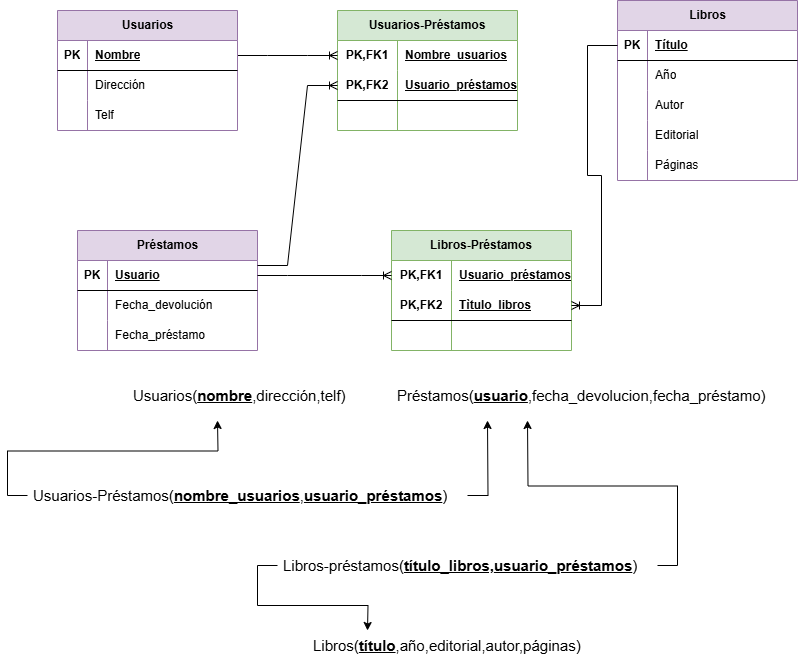
The draw.io diagram diseño/sheet02/ex01/Ex01.drawio.png in Dorianaadc/Bootcamp, before a commit. Source tidied: cells renumbered, new cells last; positions are measured from the earlier drawing's top-left corner, leaving out a move shared by most shapes.
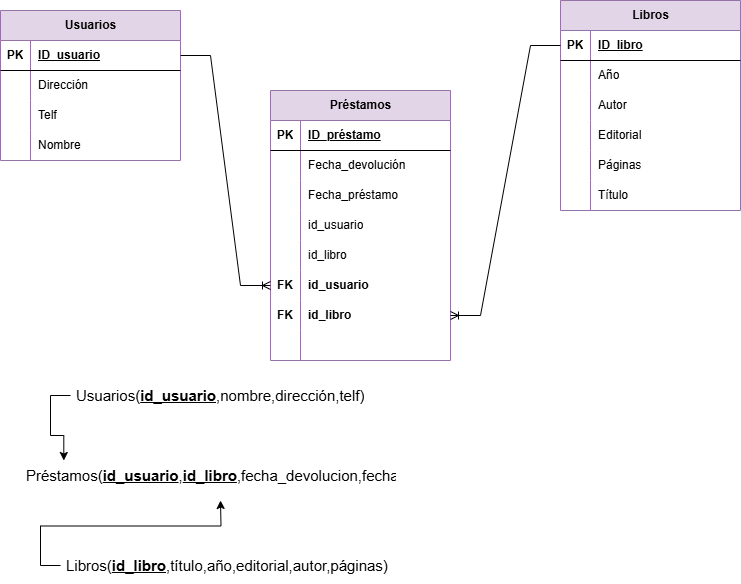
The same file after the commit.

What changed in the source:
```diff
@@ -2,38 +2,8 @@
   <root>
     <mxCell id="0" />
     <mxCell id="1" parent="0" />
-    <mxCell id="2" value="Usuarios-Préstamos" style="shape=table;startSize=30;rowLines=0;fontStyle=1;align=center;html=1;whiteSpace=wrap;fillColor=#d5e8d4;strokeColor=#82b366;" parent="1" vertex="1">
-      <mxGeometry x="310" y="10" width="180" height="120" as="geometry" />
-    </mxCell>
-    <mxCell id="3" style="shape=tableRow;horizontal=0;startSize=0;swimlaneHead=0;swimlaneBody=0;fillColor=none;points=[[0,0.5],[1,0.5]];portConstraint=eastwest;top=0;left=0;right=0;bottom=0;html=1;" parent="2" vertex="1">
-      <mxGeometry y="30" width="180" height="30" as="geometry" />
-    </mxCell>
-    <mxCell id="4" value="PK,FK1" style="shape=partialRectangle;fillColor=none;top=0;left=0;bottom=0;right=0;fontStyle=1;overflow=hidden;html=1;whiteSpace=wrap;" parent="3" vertex="1">
-      <mxGeometry width="60" height="30" as="geometry" />
-    </mxCell>
-    <mxCell id="5" value="Nombre_usuarios" style="shape=partialRectangle;fillColor=none;top=0;left=0;bottom=0;right=0;align=left;spacingLeft=6;fontStyle=5;overflow=hidden;html=1;whiteSpace=wrap;" parent="3" vertex="1">
-      <mxGeometry x="60" width="120" height="30" as="geometry" />
-    </mxCell>
-    <mxCell id="6" style="shape=tableRow;horizontal=0;startSize=0;swimlaneHead=0;swimlaneBody=0;fillColor=none;points=[[0,0.5],[1,0.5]];portConstraint=eastwest;top=0;left=0;right=0;bottom=1;html=1;" parent="2" vertex="1">
-      <mxGeometry y="60" width="180" height="30" as="geometry" />
-    </mxCell>
-    <mxCell id="7" value="PK,FK2" style="shape=partialRectangle;fillColor=none;top=0;left=0;bottom=0;right=0;fontStyle=1;overflow=hidden;html=1;whiteSpace=wrap;" parent="6" vertex="1">
-      <mxGeometry width="60" height="30" as="geometry" />
-    </mxCell>
-    <mxCell id="8" value="Usuario_préstamos" style="shape=partialRectangle;fillColor=none;top=0;left=0;bottom=0;right=0;align=left;spacingLeft=6;fontStyle=5;overflow=hidden;html=1;whiteSpace=wrap;" parent="6" vertex="1">
-      <mxGeometry x="60" width="120" height="30" as="geometry" />
-    </mxCell>
-    <mxCell id="9" style="shape=tableRow;horizontal=0;startSize=0;swimlaneHead=0;swimlaneBody=0;fillColor=none;top=0;left=0;right=0;bottom=0;html=1;" parent="2" vertex="1">
-      <mxGeometry y="90" width="180" height="30" as="geometry" />
-    </mxCell>
-    <mxCell id="10" style="shape=partialRectangle;fillColor=none;top=0;left=0;bottom=0;right=0;overflow=hidden;html=1;whiteSpace=wrap;" parent="9" vertex="1">
-      <mxGeometry width="60" height="30" as="geometry" />
-    </mxCell>
-    <mxCell id="11" style="shape=partialRectangle;fillColor=none;top=0;left=0;bottom=0;right=0;align=left;spacingLeft=6;overflow=hidden;html=1;whiteSpace=wrap;" parent="9" vertex="1">
-      <mxGeometry x="60" width="120" height="30" as="geometry" />
-    </mxCell>
     <mxCell id="12" value="Libros" style="shape=table;startSize=30;rowLines=0;fontStyle=1;align=center;html=1;fillColor=#e1d5e7;strokeColor=#9673a6;" parent="1" vertex="1">
-      <mxGeometry x="590" width="180" height="180" as="geometry" />
+      <mxGeometry x="590" width="180" height="210" as="geometry" />
     </mxCell>
     <mxCell id="13" style="shape=tableRow;horizontal=0;startSize=0;swimlaneHead=0;swimlaneBody=0;fillColor=none;points=[[0,0.5],[1,0.5]];portConstraint=eastwest;top=0;left=0;right=0;bottom=1;" parent="12" vertex="1">
       <mxGeometry y="30" width="180" height="30" as="geometry" />
@@ -41,7 +11,7 @@
     <mxCell id="14" value="PK" style="shape=partialRectangle;fillColor=none;top=0;left=0;bottom=0;right=0;fontStyle=1;overflow=hidden;whiteSpace=wrap;html=1;" parent="13" vertex="1">
       <mxGeometry width="30" height="30" as="geometry" />
     </mxCell>
-    <mxCell id="15" value="Título" style="shape=partialRectangle;fillColor=none;top=0;left=0;bottom=0;right=0;align=left;spacingLeft=6;fontStyle=5;overflow=hidden;whiteSpace=wrap;html=1;" parent="13" vertex="1">
+    <mxCell id="15" value="ID_libro" style="shape=partialRectangle;fillColor=none;top=0;left=0;bottom=0;right=0;align=left;spacingLeft=6;fontStyle=5;overflow=hidden;whiteSpace=wrap;html=1;" parent="13" vertex="1">
       <mxGeometry x="30" width="150" height="30" as="geometry" />
     </mxCell>
     <mxCell id="16" style="shape=tableRow;horizontal=0;startSize=0;swimlaneHead=0;swimlaneBody=0;fillColor=none;top=0;left=0;right=0;bottom=0;" parent="12" vertex="1">
@@ -80,8 +50,17 @@
     <mxCell id="27" value="Páginas" style="shape=partialRectangle;fillColor=none;top=0;left=0;bottom=0;right=0;align=left;spacingLeft=6;overflow=hidden;whiteSpace=wrap;html=1;" parent="25" vertex="1">
       <mxGeometry x="30" width="150" height="30" as="geometry" />
     </mxCell>
+    <mxCell id="71" style="shape=tableRow;horizontal=0;startSize=0;swimlaneHead=0;swimlaneBody=0;fillColor=none;top=0;left=0;right=0;bottom=0;" parent="12" vertex="1">
+      <mxGeometry y="180" width="180" height="30" as="geometry" />
+    </mxCell>
+    <mxCell id="72" style="shape=partialRectangle;fillColor=none;top=0;left=0;bottom=0;right=0;overflow=hidden;whiteSpace=wrap;html=1;" parent="71" vertex="1">
+      <mxGeometry width="30" height="30" as="geometry" />
+    </mxCell>
+    <mxCell id="73" value="Título" style="shape=partialRectangle;fillColor=none;top=0;left=0;bottom=0;right=0;align=left;spacingLeft=6;overflow=hidden;whiteSpace=wrap;html=1;" parent="71" vertex="1">
+      <mxGeometry x="30" width="150" height="30" as="geometry" />
+    </mxCell>
     <mxCell id="28" value="Préstamos" style="shape=table;startSize=30;rowLines=0;fontStyle=1;align=center;html=1;fillColor=#e1d5e7;strokeColor=#9673a6;" parent="1" vertex="1">
-      <mxGeometry x="50" y="230" width="180" height="120" as="geometry" />
+      <mxGeometry x="300" y="90" width="180" height="270" as="geometry" />
     </mxCell>
     <mxCell id="29" style="shape=tableRow;horizontal=0;startSize=0;swimlaneHead=0;swimlaneBody=0;fillColor=none;points=[[0,0.5],[1,0.5]];portConstraint=eastwest;top=0;left=0;right=0;bottom=1;" parent="28" vertex="1">
       <mxGeometry y="30" width="180" height="30" as="geometry" />
@@ -89,7 +68,7 @@
     <mxCell id="30" value="PK" style="shape=partialRectangle;fillColor=none;top=0;left=0;bottom=0;right=0;fontStyle=1;overflow=hidden;whiteSpace=wrap;html=1;" parent="29" vertex="1">
       <mxGeometry width="30" height="30" as="geometry" />
     </mxCell>
-    <mxCell id="31" value="Usuario" style="shape=partialRectangle;fillColor=none;top=0;left=0;bottom=0;right=0;align=left;spacingLeft=6;fontStyle=5;overflow=hidden;whiteSpace=wrap;html=1;" parent="29" vertex="1">
+    <mxCell id="31" value="ID_préstamo" style="shape=partialRectangle;fillColor=none;top=0;left=0;bottom=0;right=0;align=left;spacingLeft=6;fontStyle=5;overflow=hidden;whiteSpace=wrap;html=1;" parent="29" vertex="1">
       <mxGeometry x="30" width="150" height="30" as="geometry" />
     </mxCell>
     <mxCell id="32" style="shape=tableRow;horizontal=0;startSize=0;swimlaneHead=0;swimlaneBody=0;fillColor=none;top=0;left=0;right=0;bottom=0;" parent="28" vertex="1">
@@ -110,53 +89,53 @@
     <mxCell id="37" value="Fecha_préstamo" style="shape=partialRectangle;fillColor=none;top=0;left=0;bottom=0;right=0;align=left;spacingLeft=6;overflow=hidden;whiteSpace=wrap;html=1;" parent="35" vertex="1">
       <mxGeometry x="30" width="150" height="30" as="geometry" />
     </mxCell>
-    <mxCell id="38" value="Libros-Préstamos" style="shape=table;startSize=30;rowLines=0;fontStyle=1;align=center;html=1;whiteSpace=wrap;fillColor=#d5e8d4;strokeColor=#82b366;" parent="1" vertex="1">
-      <mxGeometry x="364" y="230" width="180" height="120" as="geometry" />
-    </mxCell>
-    <mxCell id="39" style="shape=tableRow;horizontal=0;startSize=0;swimlaneHead=0;swimlaneBody=0;fillColor=none;points=[[0,0.5],[1,0.5]];portConstraint=eastwest;top=0;left=0;right=0;bottom=0;html=1;" parent="38" vertex="1">
-      <mxGeometry y="30" width="180" height="30" as="geometry" />
-    </mxCell>
-    <mxCell id="40" value="PK,FK1" style="shape=partialRectangle;fillColor=none;top=0;left=0;bottom=0;right=0;fontStyle=1;overflow=hidden;html=1;whiteSpace=wrap;" parent="39" vertex="1">
-      <mxGeometry width="60" height="30" as="geometry" />
-    </mxCell>
-    <mxCell id="41" value="Usuario_préstamos" style="shape=partialRectangle;fillColor=none;top=0;left=0;bottom=0;right=0;align=left;spacingLeft=6;fontStyle=5;overflow=hidden;html=1;whiteSpace=wrap;" parent="39" vertex="1">
-      <mxGeometry x="60" width="120" height="30" as="geometry" />
-    </mxCell>
-    <mxCell id="42" style="shape=tableRow;horizontal=0;startSize=0;swimlaneHead=0;swimlaneBody=0;fillColor=none;points=[[0,0.5],[1,0.5]];portConstraint=eastwest;top=0;left=0;right=0;bottom=1;html=1;" parent="38" vertex="1">
-      <mxGeometry y="60" width="180" height="30" as="geometry" />
-    </mxCell>
-    <mxCell id="43" value="PK,FK2" style="shape=partialRectangle;fillColor=none;top=0;left=0;bottom=0;right=0;fontStyle=1;overflow=hidden;html=1;whiteSpace=wrap;" parent="42" vertex="1">
-      <mxGeometry width="60" height="30" as="geometry" />
-    </mxCell>
-    <mxCell id="44" value="Tìtulo_libros" style="shape=partialRectangle;fillColor=none;top=0;left=0;bottom=0;right=0;align=left;spacingLeft=6;fontStyle=5;overflow=hidden;html=1;whiteSpace=wrap;" parent="42" vertex="1">
-      <mxGeometry x="60" width="120" height="30" as="geometry" />
-    </mxCell>
-    <mxCell id="45" style="shape=tableRow;horizontal=0;startSize=0;swimlaneHead=0;swimlaneBody=0;fillColor=none;top=0;left=0;right=0;bottom=0;html=1;" parent="38" vertex="1">
-      <mxGeometry y="90" width="180" height="30" as="geometry" />
-    </mxCell>
-    <mxCell id="46" style="shape=partialRectangle;fillColor=none;top=0;left=0;bottom=0;right=0;overflow=hidden;html=1;whiteSpace=wrap;" parent="45" vertex="1">
-      <mxGeometry width="60" height="30" as="geometry" />
-    </mxCell>
-    <mxCell id="47" style="shape=partialRectangle;fillColor=none;top=0;left=0;bottom=0;right=0;align=left;spacingLeft=6;overflow=hidden;html=1;whiteSpace=wrap;" parent="45" vertex="1">
-      <mxGeometry x="60" width="120" height="30" as="geometry" />
-    </mxCell>
-    <mxCell id="48" style="edgeStyle=entityRelationEdgeStyle;fontSize=12;html=1;endArrow=ERoneToMany;rounded=0;" parent="1" edge="1" target="3">
-      <mxGeometry relative="1" as="geometry">
-        <mxPoint x="210" y="55" as="sourcePoint" />
-        <Array as="points">
-          <mxPoint x="230" y="5" />
-          <mxPoint x="300" y="45" />
-        </Array>
-      </mxGeometry>
-    </mxCell>
-    <mxCell id="49" style="edgeStyle=entityRelationEdgeStyle;fontSize=12;html=1;endArrow=ERoneToMany;rounded=0;" parent="1" edge="1" source="29" target="39">
-      <mxGeometry relative="1" as="geometry" />
-    </mxCell>
-    <mxCell id="50" style="edgeStyle=entityRelationEdgeStyle;fontSize=12;html=1;endArrow=ERoneToMany;rounded=0;" parent="1" edge="1" source="13" target="42">
-      <mxGeometry relative="1" as="geometry" />
-    </mxCell>
+    <mxCell id="74" style="shape=tableRow;horizontal=0;startSize=0;swimlaneHead=0;swimlaneBody=0;fillColor=none;top=0;left=0;right=0;bottom=0;" parent="28" vertex="1">
+      <mxGeometry y="120" width="180" height="30" as="geometry" />
+    </mxCell>
+    <mxCell id="75" style="shape=partialRectangle;fillColor=none;top=0;left=0;bottom=0;right=0;overflow=hidden;whiteSpace=wrap;html=1;" parent="74" vertex="1">
+      <mxGeometry width="30" height="30" as="geometry" />
+    </mxCell>
+    <mxCell id="76" value="id_usuario" style="shape=partialRectangle;fillColor=none;top=0;left=0;bottom=0;right=0;align=left;spacingLeft=6;overflow=hidden;whiteSpace=wrap;html=1;" parent="74" vertex="1">
+      <mxGeometry x="30" width="150" height="30" as="geometry" />
+    </mxCell>
+    <mxCell id="77" style="shape=tableRow;horizontal=0;startSize=0;swimlaneHead=0;swimlaneBody=0;fillColor=none;top=0;left=0;right=0;bottom=0;" parent="28" vertex="1">
+      <mxGeometry y="150" width="180" height="30" as="geometry" />
+    </mxCell>
+    <mxCell id="78" style="shape=partialRectangle;fillColor=none;top=0;left=0;bottom=0;right=0;overflow=hidden;whiteSpace=wrap;html=1;" parent="77" vertex="1">
+      <mxGeometry width="30" height="30" as="geometry" />
+    </mxCell>
+    <mxCell id="79" value="id_libro" style="shape=partialRectangle;fillColor=none;top=0;left=0;bottom=0;right=0;align=left;spacingLeft=6;overflow=hidden;whiteSpace=wrap;html=1;" parent="77" vertex="1">
+      <mxGeometry x="30" width="150" height="30" as="geometry" />
+    </mxCell>
+    <mxCell id="80" style="shape=tableRow;horizontal=0;startSize=0;swimlaneHead=0;swimlaneBody=0;fillColor=none;points=[[0,0.5],[1,0.5]];portConstraint=eastwest;top=0;left=0;right=0;bottom=0;" parent="28" vertex="1">
+      <mxGeometry y="180" width="180" height="30" as="geometry" />
+    </mxCell>
+    <mxCell id="81" value="&lt;b&gt;FK&lt;/b&gt;" style="shape=partialRectangle;fillColor=none;top=0;left=0;bottom=0;right=0;overflow=hidden;whiteSpace=wrap;html=1;" parent="80" vertex="1">
+      <mxGeometry width="30" height="30" as="geometry" />
+    </mxCell>
+    <mxCell id="82" value="&lt;b&gt;id_usuario&lt;/b&gt;" style="shape=partialRectangle;fillColor=none;top=0;left=0;bottom=0;right=0;align=left;spacingLeft=6;overflow=hidden;whiteSpace=wrap;html=1;" parent="80" vertex="1">
+      <mxGeometry x="30" width="150" height="30" as="geometry" />
+    </mxCell>
+    <mxCell id="83" style="shape=tableRow;horizontal=0;startSize=0;swimlaneHead=0;swimlaneBody=0;fillColor=none;points=[[0,0.5],[1,0.5]];portConstraint=eastwest;top=0;left=0;right=0;bottom=0;" parent="28" vertex="1">
+      <mxGeometry y="210" width="180" height="30" as="geometry" />
+    </mxCell>
+    <mxCell id="84" value="&lt;b&gt;FK&lt;/b&gt;" style="shape=partialRectangle;fillColor=none;top=0;left=0;bottom=0;right=0;overflow=hidden;whiteSpace=wrap;html=1;" parent="83" vertex="1">
+      <mxGeometry width="30" height="30" as="geometry" />
+    </mxCell>
+    <mxCell id="85" value="&lt;b&gt;id_libro&lt;/b&gt;" style="shape=partialRectangle;fillColor=none;top=0;left=0;bottom=0;right=0;align=left;spacingLeft=6;overflow=hidden;whiteSpace=wrap;html=1;" parent="83" vertex="1">
+      <mxGeometry x="30" width="150" height="30" as="geometry" />
+    </mxCell>
+    <mxCell id="86" style="shape=tableRow;horizontal=0;startSize=0;swimlaneHead=0;swimlaneBody=0;fillColor=none;top=0;left=0;right=0;bottom=0;" parent="28" vertex="1">
+      <mxGeometry y="240" width="180" height="30" as="geometry" />
+    </mxCell>
+    <mxCell id="87" style="shape=partialRectangle;fillColor=none;top=0;left=0;bottom=0;right=0;overflow=hidden;whiteSpace=wrap;html=1;" parent="86" vertex="1">
+      <mxGeometry width="30" height="30" as="geometry" />
+    </mxCell>
+    <mxCell id="88" style="shape=partialRectangle;fillColor=none;top=0;left=0;bottom=0;right=0;align=left;spacingLeft=6;overflow=hidden;whiteSpace=wrap;html=1;" parent="86" vertex="1">
+      <mxGeometry x="30" width="150" height="30" as="geometry" />
+    </mxCell>
     <mxCell id="51" value="Usuarios" style="shape=table;startSize=30;rowLines=0;fontStyle=1;align=center;html=1;fillColor=#e1d5e7;strokeColor=#9673a6;" parent="1" vertex="1">
-      <mxGeometry x="30" y="10" width="180" height="120" as="geometry" />
+      <mxGeometry x="30" y="10" width="180" height="150" as="geometry" />
     </mxCell>
     <mxCell id="52" style="shape=tableRow;horizontal=0;startSize=0;swimlaneHead=0;swimlaneBody=0;fillColor=none;points=[[0,0.5],[1,0.5]];portConstraint=eastwest;top=0;left=0;right=0;bottom=1;" parent="51" vertex="1">
       <mxGeometry y="30" width="180" height="30" as="geometry" />
@@ -164,7 +143,7 @@
     <mxCell id="53" value="PK" style="shape=partialRectangle;fillColor=none;top=0;left=0;bottom=0;right=0;fontStyle=1;overflow=hidden;whiteSpace=wrap;html=1;" parent="52" vertex="1">
       <mxGeometry width="30" height="30" as="geometry" />
     </mxCell>
-    <mxCell id="54" value="Nombre" style="shape=partialRectangle;fillColor=none;top=0;left=0;bottom=0;right=0;align=left;spacingLeft=6;fontStyle=5;overflow=hidden;whiteSpace=wrap;html=1;" parent="52" vertex="1">
+    <mxCell id="54" value="ID_usuario" style="shape=partialRectangle;fillColor=none;top=0;left=0;bottom=0;right=0;align=left;spacingLeft=6;fontStyle=5;overflow=hidden;whiteSpace=wrap;html=1;" parent="52" vertex="1">
       <mxGeometry x="30" width="150" height="30" as="geometry" />
     </mxCell>
     <mxCell id="55" style="shape=tableRow;horizontal=0;startSize=0;swimlaneHead=0;swimlaneBody=0;fillColor=none;top=0;left=0;right=0;bottom=0;" parent="51" vertex="1">
@@ -185,45 +164,37 @@
     <mxCell id="60" value="Telf" style="shape=partialRectangle;fillColor=none;top=0;left=0;bottom=0;right=0;align=left;spacingLeft=6;overflow=hidden;whiteSpace=wrap;html=1;" parent="58" vertex="1">
       <mxGeometry x="30" width="150" height="30" as="geometry" />
     </mxCell>
+    <mxCell id="89" style="shape=tableRow;horizontal=0;startSize=0;swimlaneHead=0;swimlaneBody=0;fillColor=none;top=0;left=0;right=0;bottom=0;" parent="51" vertex="1">
+      <mxGeometry y="120" width="180" height="30" as="geometry" />
+    </mxCell>
+    <mxCell id="90" style="shape=partialRectangle;fillColor=none;top=0;left=0;bottom=0;right=0;overflow=hidden;whiteSpace=wrap;html=1;" parent="89" vertex="1">
+      <mxGeometry width="30" height="30" as="geometry" />
+    </mxCell>
+    <mxCell id="91" value="Nombre" style="shape=partialRectangle;fillColor=none;top=0;left=0;bottom=0;right=0;align=left;spacingLeft=6;overflow=hidden;whiteSpace=wrap;html=1;" parent="89" vertex="1">
+      <mxGeometry x="30" width="150" height="30" as="geometry" />
+    </mxCell>
-    <mxCell id="61" value="Usuarios(&lt;b&gt;&lt;u&gt;nombre&lt;/u&gt;&lt;/b&gt;,dirección,telf)" style="text;strokeColor=none;fillColor=none;spacingLeft=4;spacingRight=4;overflow=hidden;points=[[0,0.5],[1,0.5]];portConstraint=eastwest;fontSize=15;whiteSpace=wrap;html=1;" parent="1" vertex="1">
+    <mxCell id="61" value="Usuarios(&lt;b&gt;&lt;u&gt;id_usuario&lt;/u&gt;&lt;/b&gt;,nombre,dirección,telf)" style="text;strokeColor=none;fillColor=none;spacingLeft=4;spacingRight=4;overflow=hidden;points=[[0,0.5],[1,0.5]];portConstraint=eastwest;fontSize=15;whiteSpace=wrap;html=1;" parent="1" vertex="1">
       <mxGeometry x="100" y="380" width="410" height="30" as="geometry" />
     </mxCell>
+    <mxCell id="92" style="edgeStyle=orthogonalEdgeStyle;rounded=0;jettySize=auto;html=1;" parent="1" edge="1" source="62">
+      <mxGeometry relative="1" as="geometry">
+        <mxPoint x="250" y="500" as="targetPoint" />
+      </mxGeometry>
+    </mxCell>
-    <mxCell id="62" value="Libros(&lt;b&gt;&lt;u&gt;título&lt;/u&gt;&lt;/b&gt;,año,editorial,autor,páginas)" style="text;strokeColor=none;fillColor=none;spacingLeft=4;spacingRight=4;overflow=hidden;points=[[0,0.5],[1,0.5]];portConstraint=eastwest;fontSize=15;whiteSpace=wrap;html=1;" parent="1" vertex="1">
-      <mxGeometry x="280" y="630" width="410" height="30" as="geometry" />
+    <mxCell id="62" value="Libros(&lt;b&gt;&lt;u&gt;id_libro&lt;/u&gt;&lt;/b&gt;,título,año,editorial,autor,páginas)" style="text;strokeColor=none;fillColor=none;spacingLeft=4;spacingRight=4;overflow=hidden;points=[[0,0.5],[1,0.5]];portConstraint=eastwest;fontSize=15;whiteSpace=wrap;html=1;" parent="1" vertex="1">
+      <mxGeometry x="90" y="550" width="410" height="30" as="geometry" />
     </mxCell>
-    <mxCell id="63" style="edgeStyle=orthogonalEdgeStyle;rounded=0;jettySize=auto;html=1;" parent="1" edge="1" source="65">
-      <mxGeometry relative="1" as="geometry">
-        <mxPoint x="190" y="420" as="targetPoint" />
-      </mxGeometry>
-    </mxCell>
-    <mxCell id="64" style="edgeStyle=orthogonalEdgeStyle;rounded=0;jettySize=auto;html=1;" parent="1" edge="1" source="65">
-      <mxGeometry relative="1" as="geometry">
-        <mxPoint x="460" y="420" as="targetPoint" />
-      </mxGeometry>
-    </mxCell>
-    <mxCell id="65" value="Usuarios-Préstamos(&lt;b&gt;&lt;u&gt;nombre_usuarios&lt;/u&gt;&lt;/b&gt;,&lt;b&gt;&lt;u&gt;usuario_préstamos&lt;/u&gt;&lt;/b&gt;)" style="text;strokeColor=none;fillColor=none;spacingLeft=4;spacingRight=4;overflow=hidden;points=[[0,0.5],[1,0.5]];portConstraint=eastwest;fontSize=15;whiteSpace=wrap;html=1;" parent="1" vertex="1">
-      <mxGeometry y="480" width="440" height="30" as="geometry" />
-    </mxCell>
-    <mxCell id="66" style="edgeStyle=orthogonalEdgeStyle;rounded=0;jettySize=auto;html=1;" parent="1" edge="1" source="68">
-      <mxGeometry relative="1" as="geometry">
-        <mxPoint x="500" y="420" as="targetPoint" />
-      </mxGeometry>
-    </mxCell>
-    <mxCell id="67" style="edgeStyle=orthogonalEdgeStyle;rounded=0;jettySize=auto;html=1;" parent="1" edge="1" source="68">
-      <mxGeometry relative="1" as="geometry">
-        <mxPoint x="340" y="630" as="targetPoint" />
-      </mxGeometry>
-    </mxCell>
-    <mxCell id="68" value="&lt;span style=&quot;background-color: transparent; color: light-dark(rgb(0, 0, 0), rgb(255, 255, 255));&quot;&gt;Libros-préstamos(&lt;b&gt;&lt;u&gt;título_libros,&lt;/u&gt;&lt;/b&gt;&lt;/span&gt;&lt;b&gt;&lt;u&gt;usuario_préstamos&lt;/u&gt;&lt;/b&gt;&lt;span style=&quot;background-color: transparent; color: light-dark(rgb(0, 0, 0), rgb(255, 255, 255));&quot;&gt;)&lt;/span&gt;" style="text;strokeColor=none;fillColor=none;spacingLeft=4;spacingRight=4;overflow=hidden;points=[[0,0.5],[1,0.5]];portConstraint=eastwest;fontSize=15;whiteSpace=wrap;html=1;" parent="1" vertex="1">
-      <mxGeometry x="250" y="550" width="380" height="30" as="geometry" />
-    </mxCell>
-    <mxCell id="69" value="Préstamos(&lt;b&gt;&lt;u&gt;usuario&lt;/u&gt;&lt;/b&gt;,fecha_devolucion,fecha_préstamo)" style="text;strokeColor=none;fillColor=none;spacingLeft=4;spacingRight=4;overflow=hidden;points=[[0,0.5],[1,0.5]];portConstraint=eastwest;fontSize=15;whiteSpace=wrap;html=1;" parent="1" vertex="1">
-      <mxGeometry x="364" y="380" width="380" height="30" as="geometry" />
+    <mxCell id="69" value="Préstamos(&lt;b&gt;&lt;u&gt;id_usuario&lt;/u&gt;&lt;/b&gt;,&lt;b&gt;&lt;u&gt;id_libro&lt;/u&gt;&lt;/b&gt;,fecha_devolucion,fecha_préstamo)" style="text;strokeColor=none;fillColor=none;spacingLeft=4;spacingRight=4;overflow=hidden;points=[[0,0.5],[1,0.5]];portConstraint=eastwest;fontSize=15;whiteSpace=wrap;html=1;" parent="1" vertex="1">
+      <mxGeometry x="50" y="460" width="380" height="30" as="geometry" />
     </mxCell>
-    <mxCell id="70" style="edgeStyle=entityRelationEdgeStyle;fontSize=12;html=1;endArrow=ERoneToMany;rounded=0;" parent="1" edge="1" target="6">
-      <mxGeometry relative="1" as="geometry">
-        <mxPoint x="230" y="265" as="sourcePoint" />
-      </mxGeometry>
-    </mxCell>
+    <mxCell id="93" style="edgeStyle=entityRelationEdgeStyle;fontSize=12;html=1;endArrow=ERoneToMany;rounded=0;entryX=0;entryY=0.5;entryDx=0;entryDy=0;exitX=1;exitY=0.5;exitDx=0;exitDy=0;" parent="1" edge="1" source="52" target="80">
+      <mxGeometry relative="1" as="geometry" />
+    </mxCell>
+    <mxCell id="94" style="edgeStyle=entityRelationEdgeStyle;fontSize=12;html=1;endArrow=ERoneToMany;rounded=0;exitX=0;exitY=0.5;exitDx=0;exitDy=0;" parent="1" edge="1" source="13" target="83">
+      <mxGeometry relative="1" as="geometry" />
+    </mxCell>
+    <mxCell id="95" style="edgeStyle=orthogonalEdgeStyle;rounded=0;jettySize=auto;html=1;entryX=0.114;entryY=0;entryDx=0;entryDy=0;entryPerimeter=0;" parent="1" edge="1" source="61" target="69">
+      <mxGeometry relative="1" as="geometry" />
+    </mxCell>
   </root>
 </mxGraphModel>
```
